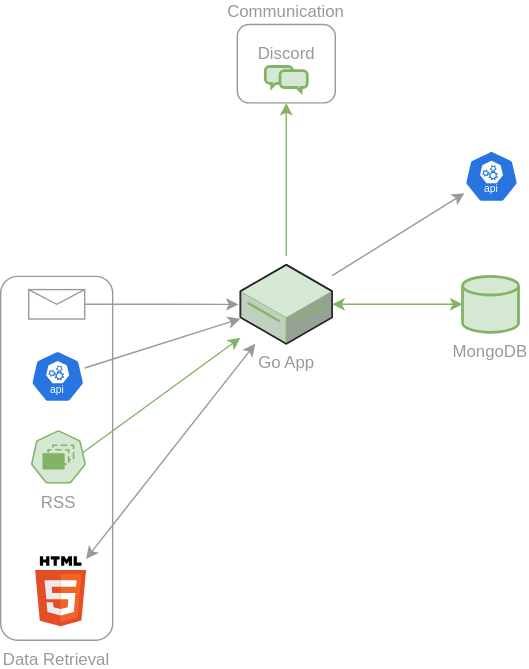
The draw.io diagram job-search.drawio.svg in treestarsystems/job-funnel, before a commit. Source tidied: cells renumbered, new cells last; positions are measured from the earlier drawing's top-left corner, leaving out a move shared by most shapes.
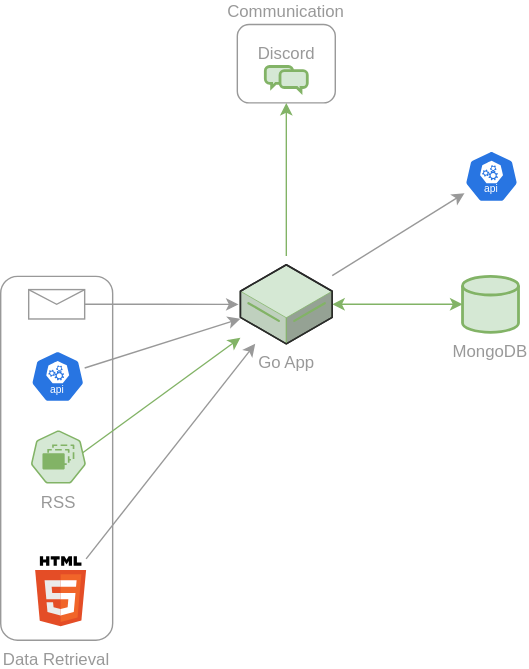
Above is the later version.

The edit, as a diff of the source:
```diff
@@ -42,7 +42,7 @@
     <mxCell id="13" value="Go App" style="verticalLabelPosition=bottom;html=1;verticalAlign=top;strokeWidth=1;align=center;outlineConnect=0;dashed=0;outlineConnect=0;shape=mxgraph.aws3d.dataServer;strokeColor=#82b366;fillColor=#d5e8d4;fontColor=#999999;" parent="1" vertex="1">
       <mxGeometry x="171.3" y="171.7" width="65.6" height="56.5" as="geometry" />
     </mxCell>
-    <mxCell id="14" style="rounded=0;jettySize=auto;html=1;startArrow=classic;startFill=1;fontColor=#999999;strokeColor=#999999;" parent="1" edge="1" source="15" target="13">
+    <mxCell id="14" style="rounded=0;jettySize=auto;html=1;startArrow=none;startFill=0;fontColor=#999999;strokeColor=#999999;" parent="1" edge="1" source="15" target="13">
       <mxGeometry relative="1" as="geometry" />
     </mxCell>
     <mxCell id="15" style="dashed=0;outlineConnect=0;html=1;align=center;labelPosition=center;verticalLabelPosition=bottom;verticalAlign=top;shape=mxgraph.weblogos.html5;fontColor=#999999;" parent="1" vertex="1">
```
